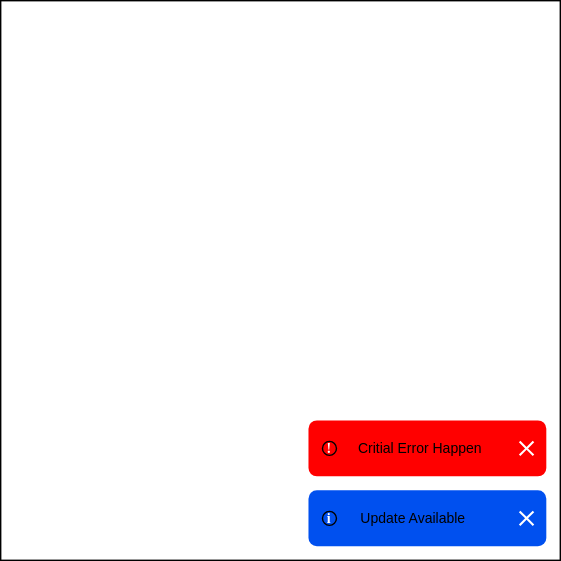
Above: blog.jxck.io/entries/2024-10-16/toast.drawio.svg in Jxck/jxck.io (draw.io), before the change. Source tidied: cells renumbered, new cells last; positions are measured from the earlier drawing's top-left corner, leaving out a move shared by most shapes.
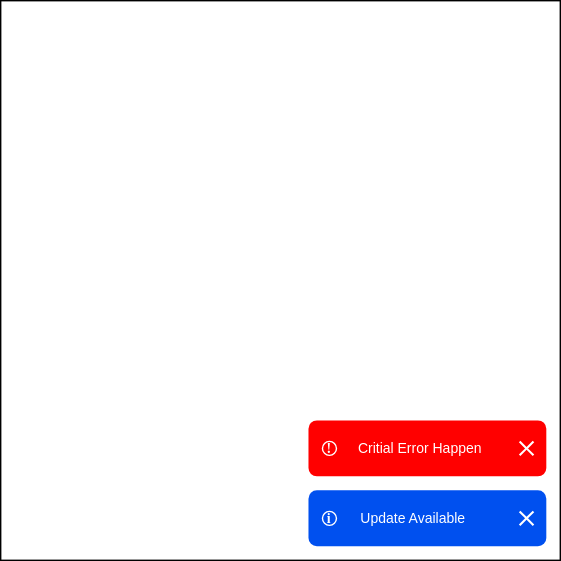
After the commit.

What changed in the source:
```diff
@@ -11,10 +11,10 @@
     <mxCell id="4" style="shape=cross;whiteSpace=wrap;html=1;rotation=45;size=0.10710270246647724;fillColor=#FFFFFF;strokeColor=none;" parent="1" vertex="1">
       <mxGeometry x="368.9" y="363" width="14" height="14" as="geometry" />
     </mxCell>
-    <mxCell id="5" value="Update Available" style="text;html=1;strokeColor=none;fillColor=none;align=center;verticalAlign=middle;whiteSpace=wrap;rounded=0;fontSize=10;" parent="1" vertex="1">
+    <mxCell id="5" value="&lt;font color=&quot;#ffffff&quot;&gt;Update Available&lt;/font&gt;" style="text;html=1;strokeColor=none;fillColor=none;align=center;verticalAlign=middle;whiteSpace=wrap;rounded=0;fontSize=10;" parent="1" vertex="1">
       <mxGeometry x="250" y="360" width="90" height="20" as="geometry" />
     </mxCell>
-    <mxCell id="6" value="&lt;font face=&quot;Times New Roman&quot;&gt;&lt;b&gt;i&lt;/b&gt;&lt;/font&gt;" style="ellipse;whiteSpace=wrap;html=1;fontSize=10;fillColor=#0050ef;fontColor=#ffffff;strokeColor=default;" parent="1" vertex="1">
+    <mxCell id="6" value="&lt;font face=&quot;Times New Roman&quot;&gt;&lt;b&gt;i&lt;/b&gt;&lt;/font&gt;" style="ellipse;whiteSpace=wrap;html=1;fontSize=10;fillColor=#0050ef;fontColor=#ffffff;strokeColor=#FFFFFF;" parent="1" vertex="1">
       <mxGeometry x="230" y="365" width="10" height="10" as="geometry" />
     </mxCell>
     <mxCell id="7" style="rounded=1;whiteSpace=wrap;html=1;fillColor=#FF0000;fontColor=#ffffff;strokeColor=none;" parent="1" vertex="1">
@@ -23,10 +23,10 @@
     <mxCell id="8" style="shape=cross;whiteSpace=wrap;html=1;rotation=45;size=0.10710270246647724;fillColor=#FFFFFF;strokeColor=none;" parent="1" vertex="1">
       <mxGeometry x="368.9" y="313" width="14" height="14" as="geometry" />
     </mxCell>
-    <mxCell id="9" value="Critial Error Happen" style="text;html=1;strokeColor=none;fillColor=none;align=center;verticalAlign=middle;whiteSpace=wrap;rounded=0;fontSize=10;" parent="1" vertex="1">
+    <mxCell id="9" value="&lt;font color=&quot;#ffffff&quot;&gt;Critial Error Happen&lt;/font&gt;" style="text;html=1;strokeColor=none;fillColor=none;align=center;verticalAlign=middle;whiteSpace=wrap;rounded=0;fontSize=10;" parent="1" vertex="1">
       <mxGeometry x="250" y="310" width="100" height="20" as="geometry" />
     </mxCell>
-    <mxCell id="10" value="&lt;font face=&quot;Times New Roman&quot;&gt;&lt;b&gt;!&lt;/b&gt;&lt;/font&gt;" style="ellipse;whiteSpace=wrap;html=1;fontSize=10;fillColor=#FF0000;fontColor=#ffffff;strokeColor=default;" parent="1" vertex="1">
+    <mxCell id="10" value="&lt;font face=&quot;Times New Roman&quot;&gt;&lt;b&gt;!&lt;/b&gt;&lt;/font&gt;" style="ellipse;whiteSpace=wrap;html=1;fontSize=10;fillColor=#FF0000;fontColor=#ffffff;strokeColor=#FFFFFF;" parent="1" vertex="1">
       <mxGeometry x="230" y="315" width="10" height="10" as="geometry" />
     </mxCell>
   </root>
```
